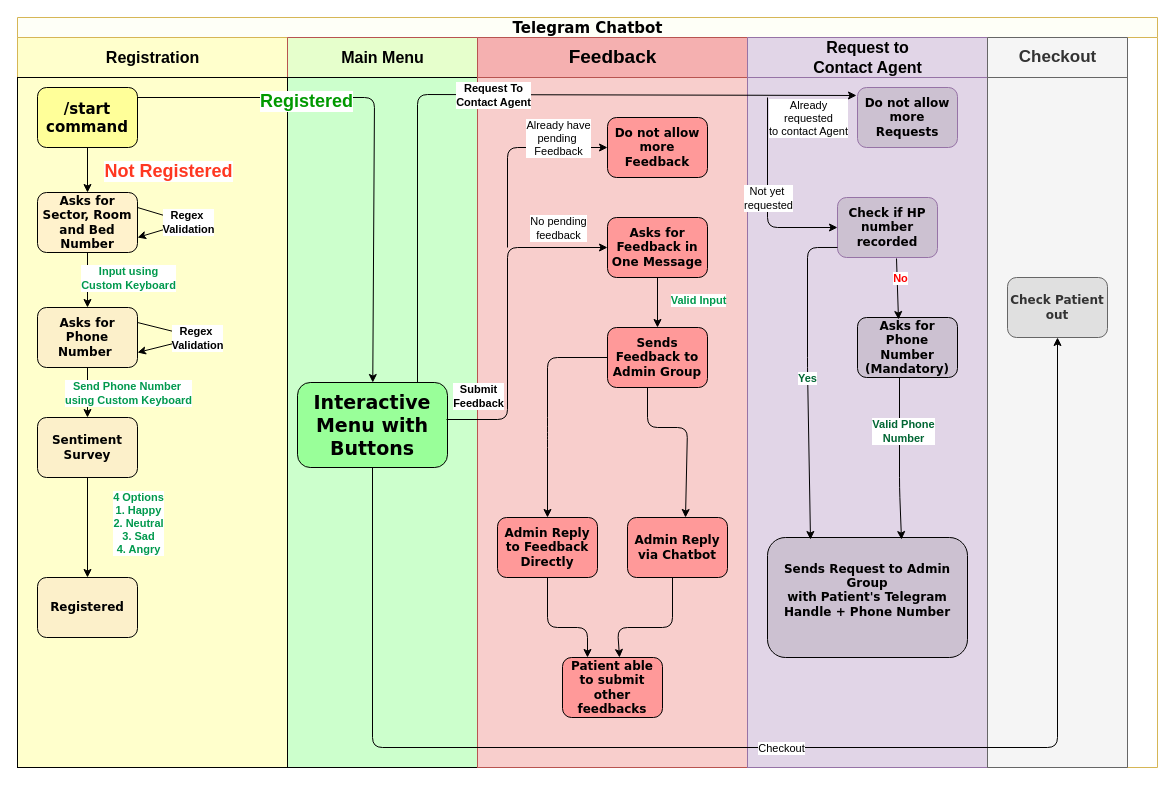
The draw.io diagram Untitled Diagram.drawio in Jackimaru96/AI-Sudoku, before the edit. Source tidied: cells renumbered, new cells numbered last; positions are measured from the earlier drawing's top-left corner, leaving out a move shared by most shapes. Both pictures are drawn from the tidied source at 100%, with x=0, y=0 at pixel (17, 17).
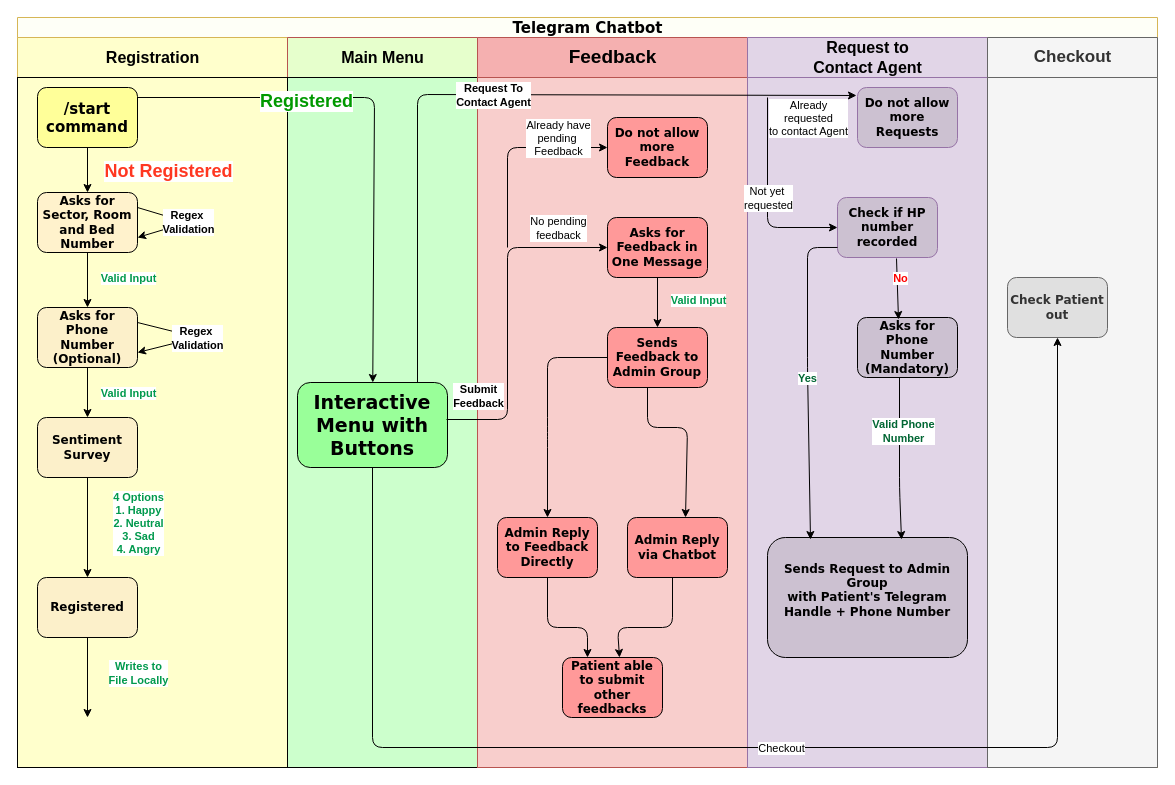
After the change.

The change refers to these unchanged cells:
```xml
<mxCell id="3" value="&lt;font style=&quot;font-size: 15px&quot;&gt;Telegram Chatbot&lt;/font&gt;" style="swimlane;html=1;startSize=20;rounded=0;shadow=0;labelBackgroundColor=none;strokeWidth=1;fontFamily=Verdana;fontSize=8;align=center;strokeColor=#d6b656;fillColor=#FEFFF7;" parent="1" vertex="1">
  <mxGeometry width="1140" height="750" as="geometry" />
</mxCell>
<mxCell id="4" value="&lt;font style=&quot;font-size: 16px&quot;&gt;Registration&lt;/font&gt;" style="swimlane;html=1;startSize=40;strokeColor=#d6b656;fillColor=#FFFFCC;" parent="3" vertex="1">
  <mxGeometry y="20" width="270" height="730" as="geometry" />
</mxCell>
<mxCell id="8" value="&lt;b style=&quot;font-size: 12px&quot;&gt;Registered&lt;/b&gt;" style="rounded=1;whiteSpace=wrap;html=1;shadow=0;labelBackgroundColor=none;strokeWidth=1;fontFamily=Verdana;fontSize=8;align=center;fillColor=#FCF0CA;" parent="4" vertex="1">
  <mxGeometry x="20" y="540" width="100" height="60" as="geometry" />
</mxCell>
<mxCell id="16" style="endArrow=classic;html=1;exitX=0.5;exitY=1;exitDx=0;exitDy=0;entryX=0.5;entryY=0;entryDx=0;entryDy=0;" parent="4" edge="1" source="12" target="6">
  <mxGeometry relative="1" as="geometry" />
</mxCell>
<mxCell id="18" style="endArrow=classic;html=1;exitX=0.5;exitY=1;exitDx=0;exitDy=0;entryX=0.5;entryY=0;entryDx=0;entryDy=0;" parent="4" edge="1" source="6" target="7">
  <mxGeometry relative="1" as="geometry" />
</mxCell>
```

Diff of the diagram source:
```diff
@@
     <mxCell id="2" style="rounded=0;whiteSpace=wrap;html=1;fillColor=#f5f5f5;strokeColor=#666666;fontColor=#333333;" parent="1" vertex="1">
-      <mxGeometry x="970" y="60" width="140" height="690" as="geometry" />
+      <mxGeometry x="970" y="60" width="170" height="690" as="geometry" />
     </mxCell>
@@
-    <mxCell id="6" value="&lt;b style=&quot;font-size: 12px&quot;&gt;Asks for Phone Number&amp;nbsp;&lt;/b&gt;" style="rounded=1;whiteSpace=wrap;html=1;shadow=0;labelBackgroundColor=none;strokeWidth=1;fontFamily=Verdana;fontSize=8;align=center;fillColor=#FCF0CA;" parent="4" vertex="1">
+    <mxCell id="6" value="&lt;b style=&quot;font-size: 12px&quot;&gt;Asks for Phone Number (Optional)&lt;/b&gt;" style="rounded=1;whiteSpace=wrap;html=1;shadow=0;labelBackgroundColor=none;strokeWidth=1;fontFamily=Verdana;fontSize=8;align=center;fillColor=#FCF0CA;" parent="4" vertex="1">
       <mxGeometry x="20" y="270" width="100" height="60" as="geometry" />
     </mxCell>
@@
-    <mxCell id="17" value="&lt;b&gt;&lt;font color=&quot;#00994d&quot;&gt;Input using&lt;br&gt;Custom Keyboard&lt;br&gt;&lt;/font&gt;&lt;/b&gt;" style="edgeLabel;html=1;align=center;verticalAlign=middle;" parent="16" vertex="1">
+    <mxCell id="17" value="&lt;b&gt;&lt;font color=&quot;#00994d&quot;&gt;Valid Input&lt;/font&gt;&lt;/b&gt;" style="edgeLabel;html=1;align=center;verticalAlign=middle;" parent="16" vertex="1">
       <mxGeometry relative="1" as="geometry">
         <mxPoint x="40" y="-3" as="offset" />
       </mxGeometry>
     </mxCell>
@@
-    <mxCell id="19" value="&lt;b&gt;&lt;font color=&quot;#00994d&quot;&gt;Send Phone Number&amp;nbsp;&lt;br&gt;using Custom Keyboard&lt;br&gt;&lt;/font&gt;&lt;/b&gt;" style="edgeLabel;html=1;align=center;verticalAlign=middle;" parent="18" vertex="1">
+    <mxCell id="19" value="&lt;b&gt;&lt;font color=&quot;#00994d&quot;&gt;Valid Input&lt;/font&gt;&lt;/b&gt;" style="edgeLabel;html=1;align=center;verticalAlign=middle;" parent="18" vertex="1">
       <mxGeometry relative="1" as="geometry">
         <mxPoint x="40" as="offset" />
       </mxGeometry>
     </mxCell>
@@
+    <mxCell id="68" style="endArrow=classic;html=1;exitX=0.5;exitY=1;exitDx=0;exitDy=0;" parent="4" edge="1" source="8">
+      <mxGeometry relative="1" as="geometry">
+        <mxPoint x="70" y="680" as="targetPoint" />
+      </mxGeometry>
+    </mxCell>
+    <mxCell id="69" value="&lt;b&gt;&lt;font color=&quot;#00994d&quot;&gt;Writes to&lt;br&gt;File Locally&lt;br&gt;&lt;/font&gt;&lt;/b&gt;" style="edgeLabel;html=1;align=center;verticalAlign=middle;" parent="68" vertex="1">
+      <mxGeometry relative="1" as="geometry">
+        <mxPoint x="50" y="-5" as="offset" />
+      </mxGeometry>
+    </mxCell>
@@
     <mxCell id="54" value="&lt;font style=&quot;font-size: 17px&quot;&gt;Checkout&lt;/font&gt;" style="swimlane;html=1;startSize=40;fillColor=#f5f5f5;strokeColor=#666666;fontColor=#333333;" parent="3" vertex="1">
-      <mxGeometry x="970" y="20" width="140" height="730" as="geometry" />
+      <mxGeometry x="970" y="20" width="170" height="730" as="geometry" />
     </mxCell>
```
